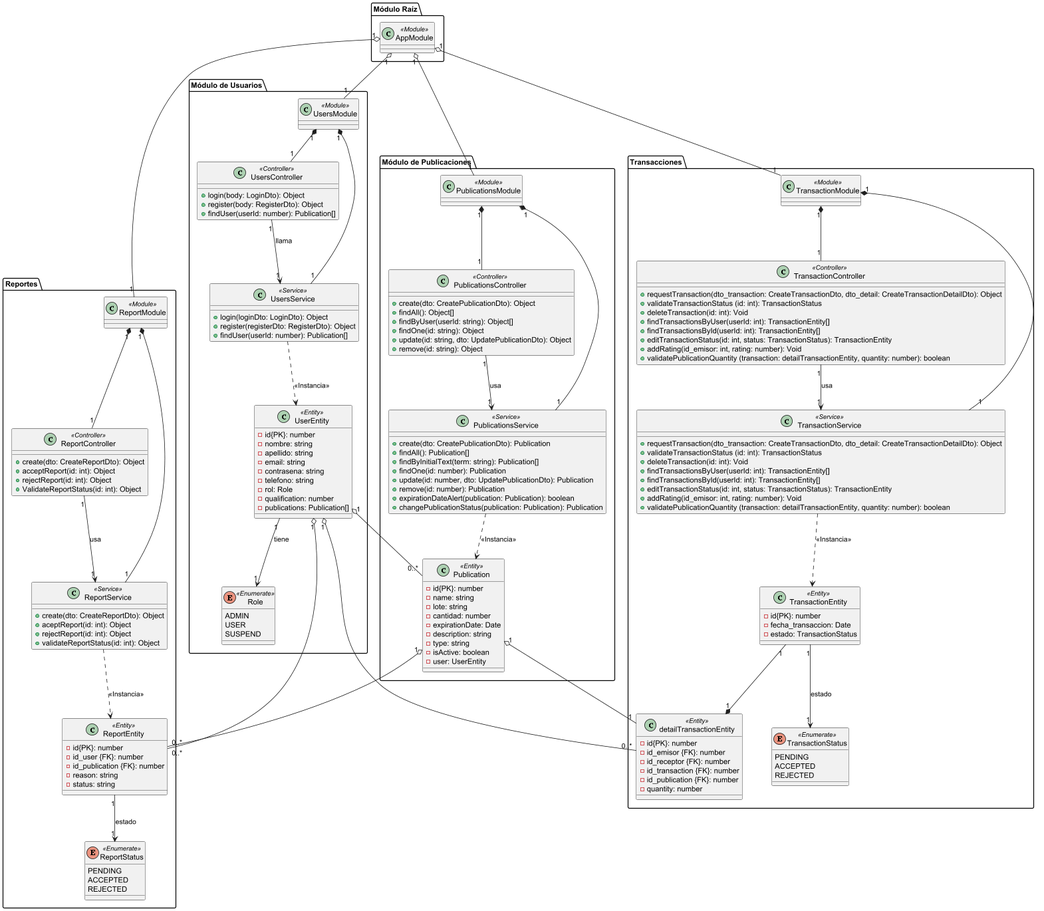
Above: Documentacion/diagrama de clases/Sprint 2/Modelo_de_diseño.png in Uni-Space-Projects/S.I.M.S (PlantUML), before the change.
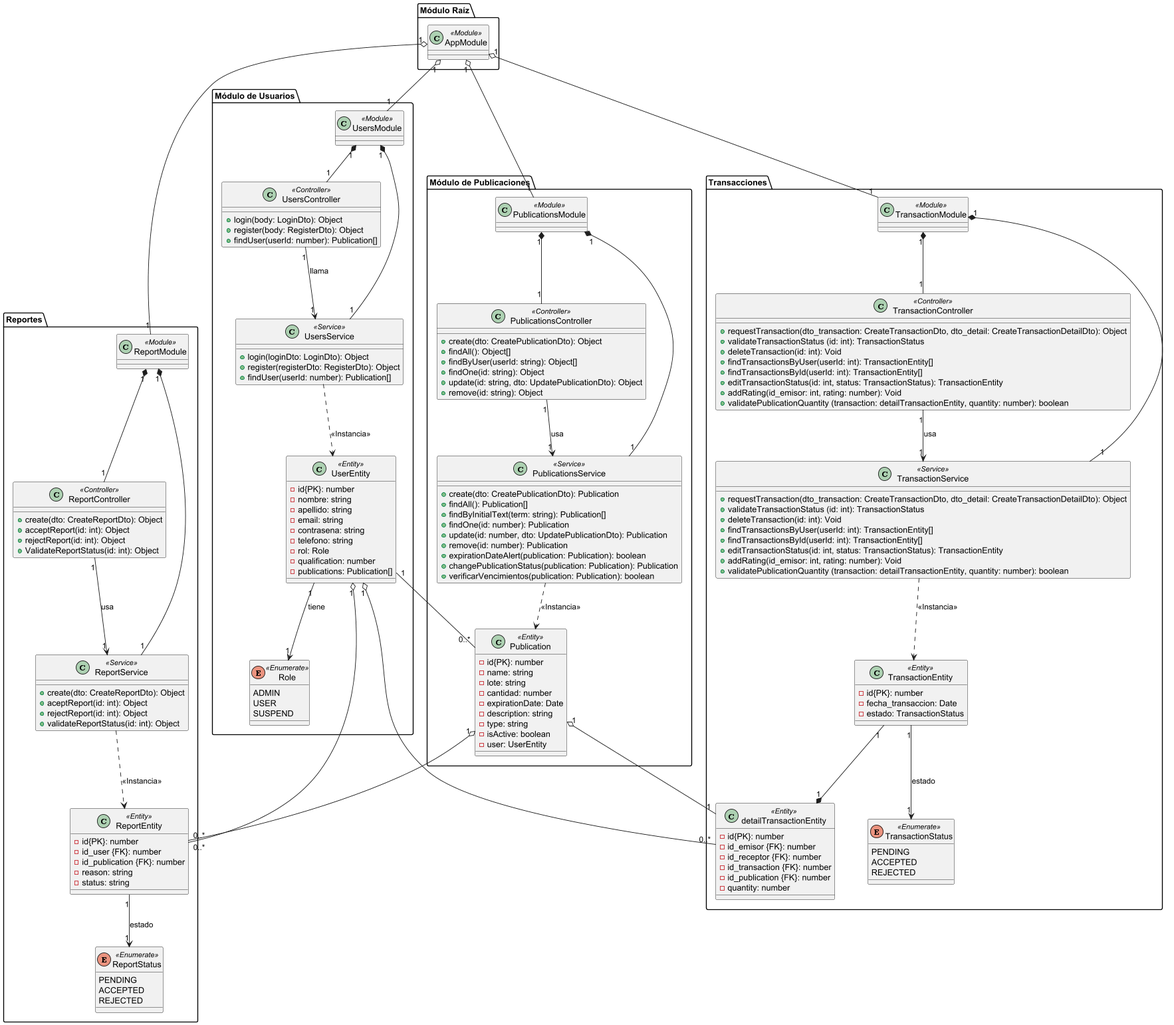
The same file after the commit.

Commit message:
Modificaciones Diagrama de clases

Change to the diagram source:
```diff
@@ -69,6 +69,7 @@
         + remove(id: number): Publication
         + expirationDateAlert(publication: Publication): boolean
         + changePublicationStatus(publication: Publication): Publication
+        + verificarVencimientos(publication: Publication): boolean
     }
 
     class Publication <<Entity>> {
@@ -192,7 +193,7 @@
 AppModule "1" o-- "1" ReportModule
 AppModule "1" o-- "1" TransactionModule
 
-UserEntity "1" o-- "0..*" Publication
+UserEntity "1" -- "0..*" Publication
 UserEntity "1" o-- "0..*" detailTransactionEntity
 
 Publication "1" o-- "1" detailTransactionEntity
```
